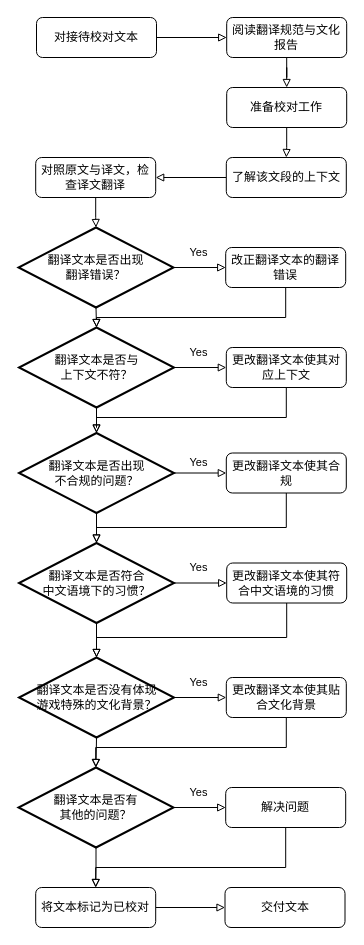
Above: 校对流程图.drawio in icemeowzhi/bach_final_diags (draw.io), before the change. Source tidied: cells renumbered, new cells numbered last; positions are measured from the earlier drawing's top-left corner, leaving out a move shared by most shapes. Both pictures are drawn from the tidied source at 100%, with x=0, y=0 at pixel (18, 17).
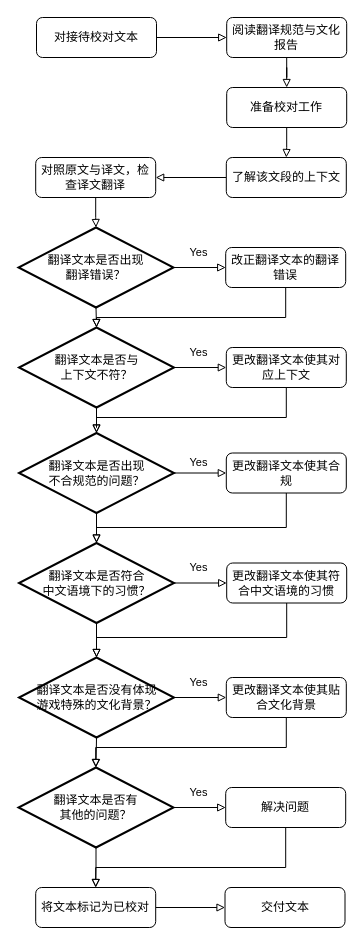
The same page after the edit.

Commit message (it also covers changes not shown here):
更新校对流程图.drawio

The edit, as a diff of the source:
```diff
@@
-    <mxCell id="17" value="&lt;div&gt;翻译文本是否出现&lt;/div&gt;&lt;div&gt;不合规的问题？&lt;/div&gt;" style="strokeWidth=2;html=1;shape=mxgraph.flowchart.decision;whiteSpace=wrap;" parent="1" vertex="1">
+    <mxCell id="17" value="&lt;div&gt;翻译文本是否出现&lt;/div&gt;&lt;div&gt;不合规范的问题？&lt;/div&gt;" style="strokeWidth=2;html=1;shape=mxgraph.flowchart.decision;whiteSpace=wrap;" parent="1" vertex="1">
       <mxGeometry x="0.5" y="415.5" width="155" height="80" as="geometry" />
     </mxCell>
```
